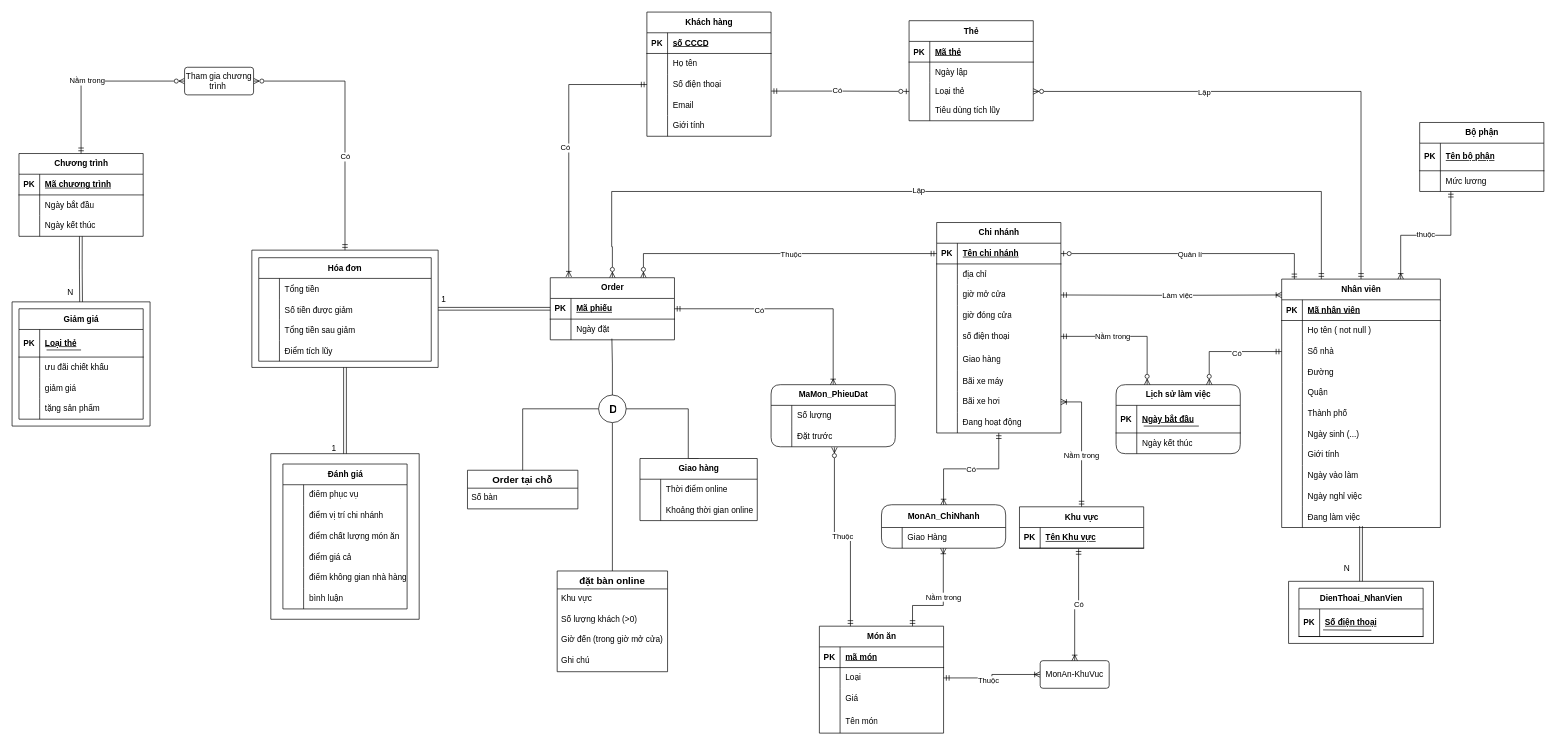
The draw.io diagram ER/ER-SecondHalf.drawio in botbienn/Do-an-sushi-CSDL-22-1-nhom-10, before the edit. Source tidied: cells renumbered, new cells numbered last; positions are measured from the earlier drawing's top-left corner, leaving out a move shared by most shapes. Both pictures are drawn from the tidied source at 69%, with x=0, y=0 at pixel (12, 12).
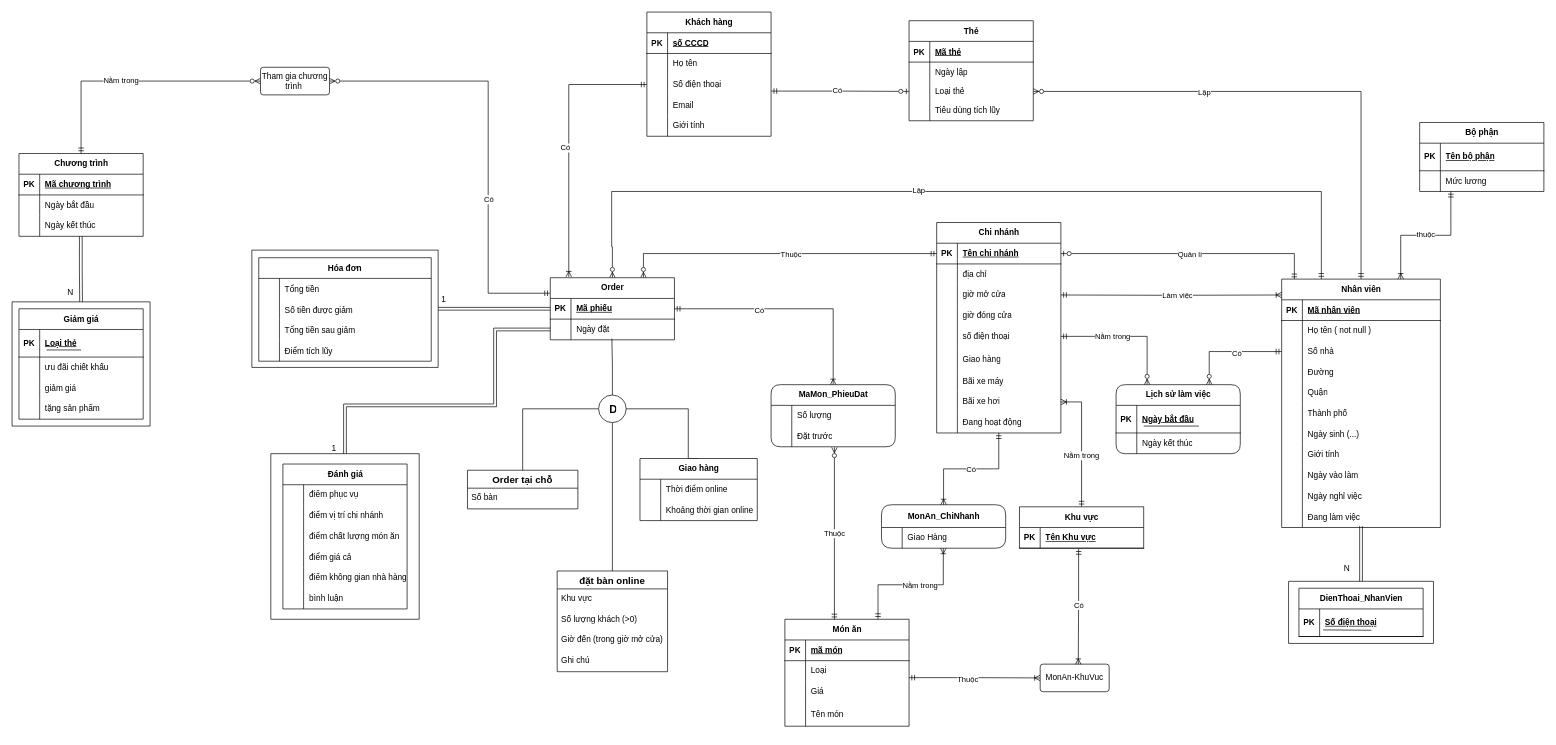
Above is the later version.

The change refers to these unchanged cells:
```xml
<mxCell id="6" style="shape=tableRow;horizontal=0;startSize=0;swimlaneHead=0;swimlaneBody=0;fillColor=none;points=[[0,0.5],[1,0.5]];portConstraint=eastwest;top=0;left=0;right=0;bottom=0;" parent="2" vertex="1">
  <mxGeometry y="60" width="180" height="30" as="geometry" />
</mxCell>
<mxCell id="93" style="shape=tableRow;horizontal=0;startSize=0;swimlaneHead=0;swimlaneBody=0;fillColor=none;points=[[0,0.5],[1,0.5]];portConstraint=eastwest;top=0;left=0;right=0;bottom=0;" parent="89" vertex="1">
  <mxGeometry y="60" width="180" height="30" as="geometry" />
</mxCell>
<mxCell id="150" style="swimlane;startSize=0;" parent="1" vertex="1">
  <mxGeometry x="375" y="640" width="215" height="240" as="geometry" />
</mxCell>
<mxCell id="171" style="shape=tableRow;horizontal=0;startSize=0;swimlaneHead=0;swimlaneBody=0;fillColor=none;points=[[0,0.5],[1,0.5]];portConstraint=eastwest;top=0;left=0;right=0;bottom=0;" parent="170" vertex="1">
  <mxGeometry y="33" width="180" height="30" as="geometry" />
</mxCell>
<mxCell id="220" style="swimlane;startSize=0;" parent="1" vertex="1">
  <mxGeometry x="347.5" y="345" width="270" height="170" as="geometry" />
</mxCell>
<mxCell id="241" style="shape=tableRow;horizontal=0;startSize=0;swimlaneHead=0;swimlaneBody=0;fillColor=none;points=[[0,0.5],[1,0.5]];portConstraint=eastwest;top=0;left=0;right=0;bottom=1;" parent="240" vertex="1">
  <mxGeometry y="30" width="180" height="30" as="geometry" />
</mxCell>
<mxCell id="253" value="Order" style="shape=table;startSize=30;childLayout=tableLayout;rowLines=0;fontStyle=1;align=center;html=1;" parent="1" vertex="1">
  <mxGeometry x="780" y="385" width="180" height="90" as="geometry" />
</mxCell>
<mxCell id="257" style="shape=tableRow;horizontal=0;startSize=0;swimlaneHead=0;swimlaneBody=0;fillColor=none;points=[[0,0.5],[1,0.5]];portConstraint=eastwest;top=0;left=0;right=0;bottom=0;" parent="253" vertex="1">
  <mxGeometry y="60" width="180" height="30" as="geometry" />
</mxCell>
```

What changed in the source:
```diff
@@
     <mxCell id="2" value="Món ăn" style="shape=table;startSize=30;childLayout=tableLayout;rowLines=0;fontStyle=1;align=center;html=1;" parent="1" vertex="1">
-      <mxGeometry x="1170" y="890" width="180" height="155" as="geometry" />
+      <mxGeometry x="1120" y="880" width="180" height="155" as="geometry" />
     </mxCell>
@@
-    <mxCell id="88" value="Thuộc" style="edgeStyle=orthogonalEdgeStyle;rounded=0;jettySize=auto;html=1;endArrow=ERmandOne;endFill=0;startArrow=ERzeroToMany;startFill=0;exitX=0.51;exitY=1.027;exitDx=0;exitDy=0;exitPerimeter=0;entryX=0.25;entryY=0;entryDx=0;entryDy=0;" parent="1" edge="1" source="93" target="2">
-      <mxGeometry relative="1" as="geometry">
-        <Array as="points">
-          <mxPoint x="1192" y="760" />
-          <mxPoint x="1215" y="760" />
-        </Array>
-      </mxGeometry>
+    <mxCell id="88" value="Thuộc" style="edgeStyle=orthogonalEdgeStyle;rounded=0;jettySize=auto;html=1;endArrow=ERmandOne;endFill=0;startArrow=ERzeroToMany;startFill=0;exitX=0.51;exitY=1.027;exitDx=0;exitDy=0;exitPerimeter=0;entryX=0.399;entryY=0.004;entryDx=0;entryDy=0;entryPerimeter=0;" parent="1" edge="1" source="93" target="2">
+      <mxGeometry relative="1" as="geometry" />
     </mxCell>
@@
     <mxCell id="176" style="edgeStyle=orthogonalEdgeStyle;fontSize=12;html=1;endArrow=ERoneToMany;startArrow=ERmandOne;rounded=0;entryX=0.498;entryY=1.001;entryDx=0;entryDy=0;exitX=0.75;exitY=0;exitDx=0;exitDy=0;entryPerimeter=0;startFill=0;endFill=0;" parent="1" edge="1" source="2" target="171">
       <mxGeometry relative="1" as="geometry">
         <Array as="points">
-          <mxPoint x="1305" y="860" />
-          <mxPoint x="1350" y="860" />
+          <mxPoint x="1255" y="830" />
+          <mxPoint x="1350" y="830" />
         </Array>
       </mxGeometry>
     </mxCell>
@@
-    <mxCell id="188" style="edgeStyle=orthogonalEdgeStyle;fontSize=12;html=1;endArrow=ERzeroToMany;startArrow=ERmandOne;rounded=0;exitX=0.5;exitY=0;exitDx=0;exitDy=0;entryX=1;entryY=0.5;entryDx=0;entryDy=0;endFill=0;" parent="1" edge="1" source="220" target="192">
-      <mxGeometry relative="1" as="geometry" />
+    <mxCell id="188" style="edgeStyle=orthogonalEdgeStyle;fontSize=12;html=1;endArrow=ERzeroToMany;startArrow=ERmandOne;rounded=0;exitX=0;exitY=0.25;exitDx=0;exitDy=0;entryX=1;entryY=0.5;entryDx=0;entryDy=0;endFill=0;" parent="1" edge="1" source="253" target="192">
+      <mxGeometry relative="1" as="geometry">
+        <Array as="points">
+          <mxPoint x="690" y="408" />
+          <mxPoint x="690" y="100" />
+        </Array>
+      </mxGeometry>
     </mxCell>
@@
     <mxCell id="192" value="Tham gia chương trình&amp;nbsp;" style="rounded=1;arcSize=10;whiteSpace=wrap;html=1;align=center;" parent="1" vertex="1">
-      <mxGeometry x="250" y="80" width="100" height="40" as="geometry" />
+      <mxGeometry x="360" y="80" width="100" height="40" as="geometry" />
     </mxCell>
@@
-    <mxCell id="236" style="shape=link;html=1;rounded=0;entryX=0.5;entryY=0;entryDx=0;entryDy=0;exitX=0.5;exitY=1;exitDx=0;exitDy=0;" parent="1" edge="1" source="220" target="150">
-      <mxGeometry relative="1" as="geometry" />
+    <mxCell id="236" style="shape=link;html=1;rounded=0;entryX=0.5;entryY=0;entryDx=0;entryDy=0;exitX=0;exitY=0.5;exitDx=0;exitDy=0;edgeStyle=orthogonalEdgeStyle;" parent="1" edge="1" source="257" target="150">
+      <mxGeometry relative="1" as="geometry">
+        <Array as="points">
+          <mxPoint x="700" y="460" />
+          <mxPoint x="700" y="570" />
+          <mxPoint x="483" y="570" />
+        </Array>
+      </mxGeometry>
     </mxCell>
@@
-    <mxCell id="244" style="edgeStyle=orthogonalEdgeStyle;fontSize=12;html=1;endArrow=ERoneToMany;startArrow=ERmandOne;rounded=0;exitX=1;exitY=0.5;exitDx=0;exitDy=0;entryX=0;entryY=0.5;entryDx=0;entryDy=0;endFill=0;" parent="1" edge="1" source="6" target="246">
+    <mxCell id="244" style="edgeStyle=orthogonalEdgeStyle;fontSize=12;html=1;endArrow=ERoneToMany;startArrow=ERmandOne;rounded=0;exitX=1;exitY=0.82;exitDx=0;exitDy=0;entryX=0;entryY=0.5;entryDx=0;entryDy=0;endFill=0;exitPerimeter=0;" parent="1" edge="1" source="6" target="246">
       <mxGeometry relative="1" as="geometry" />
     </mxCell>
@@
     <mxCell id="246" value="MonAn-KhuVuc" style="rounded=1;arcSize=10;whiteSpace=wrap;html=1;align=center;" parent="1" vertex="1">
-      <mxGeometry x="1490" y="940" width="100" height="40" as="geometry" />
+      <mxGeometry x="1490" y="945" width="100" height="40" as="geometry" />
     </mxCell>
-    <mxCell id="247" style="edgeStyle=orthogonalEdgeStyle;fontSize=12;html=1;endArrow=ERoneToMany;startArrow=ERmandOne;rounded=0;exitX=0.476;exitY=1.025;exitDx=0;exitDy=0;endFill=0;exitPerimeter=0;entryX=0.5;entryY=0;entryDx=0;entryDy=0;" parent="1" edge="1" source="241" target="246">
+    <mxCell id="247" style="edgeStyle=orthogonalEdgeStyle;fontSize=12;html=1;endArrow=ERoneToMany;startArrow=ERmandOne;rounded=0;exitX=0.476;exitY=1.025;exitDx=0;exitDy=0;endFill=0;exitPerimeter=0;entryX=0.552;entryY=0.01;entryDx=0;entryDy=0;entryPerimeter=0;" parent="1" edge="1" source="241" target="246">
       <mxGeometry relative="1" as="geometry" />
     </mxCell>
```
